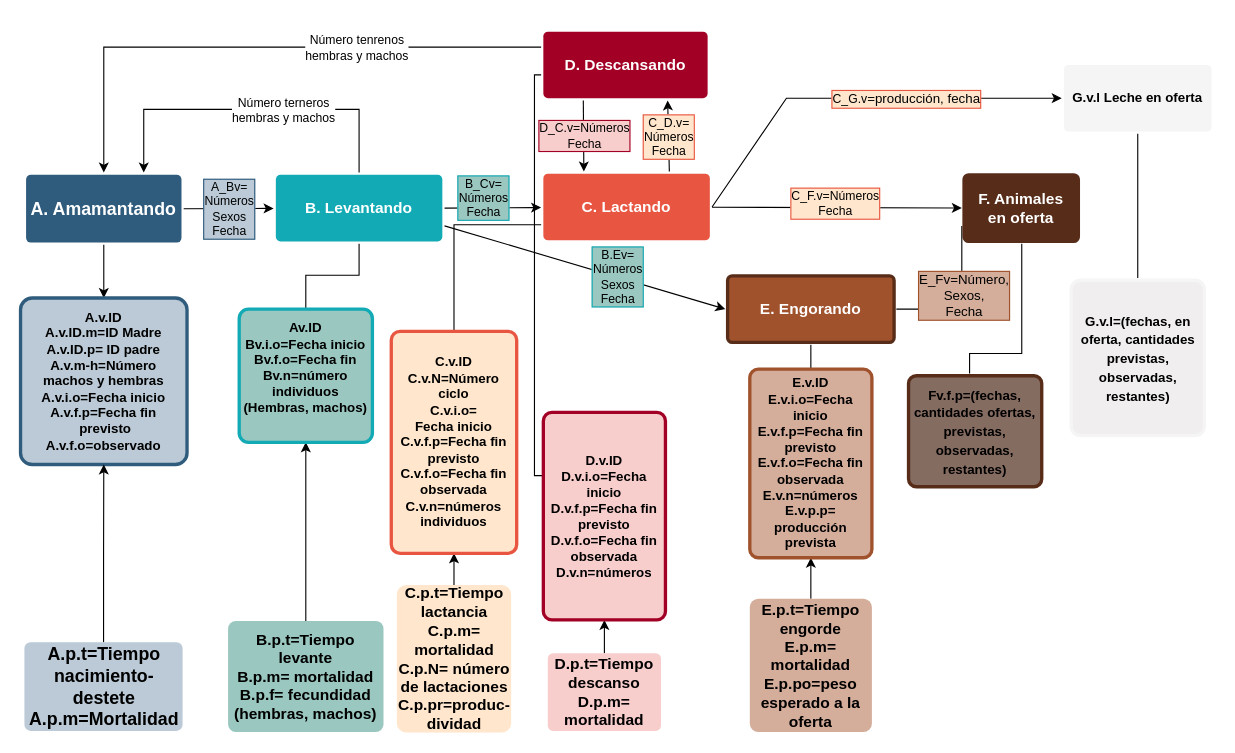
The draw.io diagram CiclosBovinos.drawio in stdupas/app.agromaker, before the edit. Source tidied: cells renumbered, new cells numbered last; positions are measured from the earlier drawing's top-left corner, leaving out a move shared by most shapes. Both pictures are drawn from the tidied source at 111%, with x=0, y=0 at pixel (20, 31).
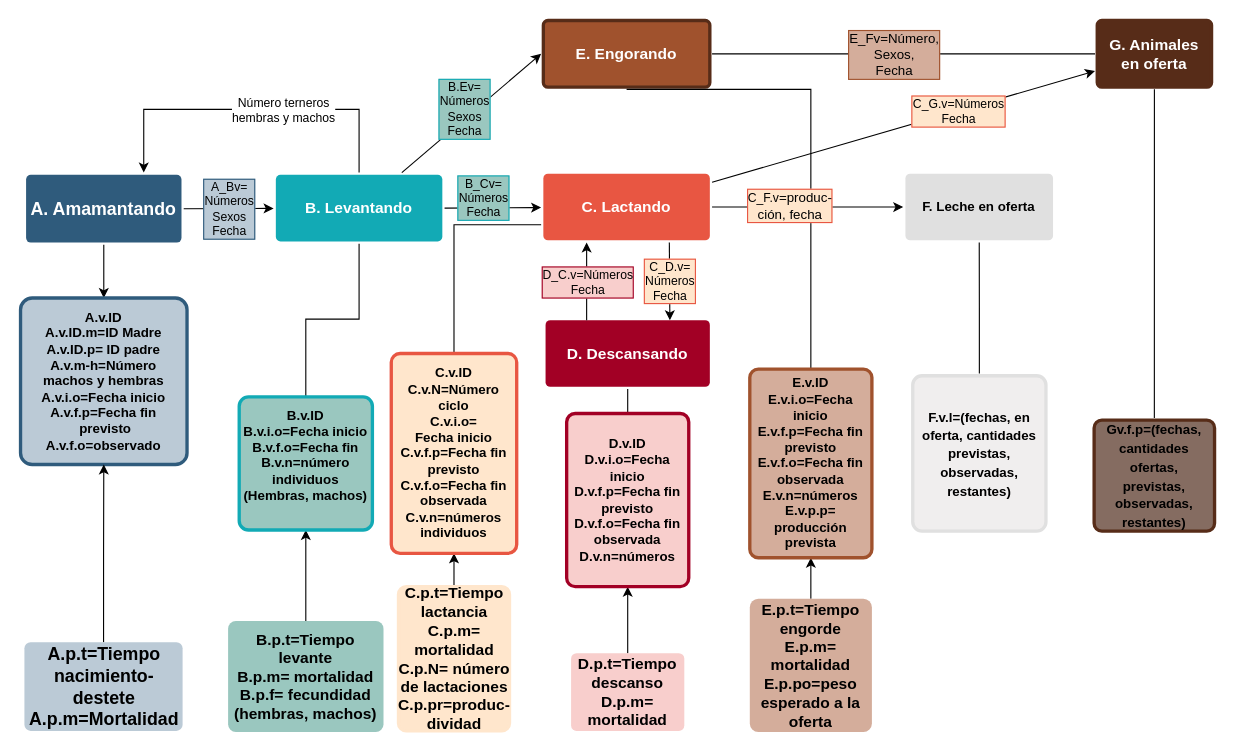
The same page after the edit.

Unchanged cells that the change refers to:
```xml
<mxCell id="3" value="A. Amamantando" style="rounded=1;whiteSpace=wrap;html=1;shadow=0;labelBackgroundColor=none;strokeColor=none;strokeWidth=3;fillColor=#2F5B7C;fontFamily=Helvetica;fontSize=16;fontColor=#FFFFFF;align=center;fontStyle=1;spacing=5;arcSize=7;perimeterSpacing=2;" parent="1" vertex="1">
  <mxGeometry x="5" y="129" width="140" height="61" as="geometry" />
</mxCell>
<mxCell id="4" value="C. Lactando" style="rounded=1;whiteSpace=wrap;html=1;shadow=0;labelBackgroundColor=none;strokeColor=none;strokeWidth=3;fillColor=#e85642;fontFamily=Helvetica;fontSize=14;fontColor=#FFFFFF;align=center;spacing=5;fontStyle=1;arcSize=7;perimeterSpacing=2;" parent="1" vertex="1">
  <mxGeometry x="471" y="128" width="150" height="60" as="geometry" />
</mxCell>
<mxCell id="13" value="B. Levantando" style="rounded=1;whiteSpace=wrap;html=1;shadow=0;labelBackgroundColor=none;strokeColor=none;strokeWidth=3;fillColor=#12aab5;fontFamily=Helvetica;fontSize=14;fontColor=#FFFFFF;align=center;spacing=5;fontStyle=1;arcSize=7;perimeterSpacing=2;" parent="1" vertex="1">
  <mxGeometry x="230" y="129" width="150" height="60" as="geometry" />
</mxCell>
<mxCell id="38" style="endArrow=classic;html=1;rounded=0;" parent="1" edge="1" source="4" target="50">
  <mxGeometry relative="1" as="geometry" />
</mxCell>
```

Diff of the diagram source:
```diff
@@
-    <mxCell id="5" value="&lt;div style=&quot;font-size: 12px;&quot;&gt;&lt;font style=&quot;font-size: 12px;&quot;&gt;&lt;b&gt;&lt;font style=&quot;font-size: 12px;&quot; color=&quot;#000000&quot;&gt;G.v.l Leche en oferta&lt;/font&gt;&lt;/b&gt;&lt;/font&gt;&lt;/div&gt;" style="rounded=1;whiteSpace=wrap;html=1;shadow=0;labelBackgroundColor=none;strokeColor=none;strokeWidth=3;fillColor=#f5f5f5;fontFamily=Helvetica;fontSize=14;align=center;spacing=5;fontStyle=0;arcSize=7;perimeterSpacing=2;fontColor=#333333;" parent="1" vertex="1">
-      <mxGeometry x="940" y="30" width="133" height="60" as="geometry" />
+    <mxCell id="5" value="&lt;div style=&quot;font-size: 12px;&quot;&gt;&lt;font style=&quot;font-size: 12px;&quot;&gt;&lt;b&gt;&lt;font style=&quot;font-size: 12px;&quot; color=&quot;#000000&quot;&gt;F. Leche en oferta&lt;/font&gt;&lt;/b&gt;&lt;/font&gt;&lt;/div&gt;" style="rounded=1;whiteSpace=wrap;html=1;shadow=0;labelBackgroundColor=none;strokeColor=none;strokeWidth=3;fillColor=#E0E0E0;fontFamily=Helvetica;fontSize=14;align=center;spacing=5;fontStyle=0;arcSize=7;perimeterSpacing=2;fontColor=#333333;" parent="1" vertex="1">
+      <mxGeometry x="797.2" y="128" width="133" height="60" as="geometry" />
     </mxCell>
-    <mxCell id="6" style="edgeStyle=orthogonalEdgeStyle;rounded=0;jettySize=auto;html=1;fontSize=12;fontColor=#000000;endArrow=none;endFill=0;entryX=0;entryY=0.75;entryDx=0;entryDy=0;" parent="1" edge="1" source="8" target="50">
+    <mxCell id="6" style="edgeStyle=orthogonalEdgeStyle;rounded=0;jettySize=auto;html=1;fontSize=12;fontColor=#000000;endArrow=none;endFill=0;entryX=0;entryY=0.5;entryDx=0;entryDy=0;" parent="1" edge="1" source="8" target="50">
       <mxGeometry relative="1" as="geometry" />
     </mxCell>
     <mxCell id="7" value="&lt;div&gt;E_Fv=Número, &lt;br&gt;&lt;/div&gt;&lt;div&gt;Sexos, &lt;br&gt;&lt;/div&gt;&lt;div&gt;Fecha&lt;/div&gt;" style="edgeLabel;html=1;align=center;verticalAlign=middle;fontSize=12;fontColor=#000000;labelBackgroundColor=#D4AD9B;labelBorderColor=#A0522D;" parent="6" vertex="1">
       <mxGeometry x="-0.15" relative="1" as="geometry">
-        <mxPoint x="3" y="-13" as="offset" />
+        <mxPoint x="16" as="offset" />
       </mxGeometry>
     </mxCell>
     <mxCell id="8" value="E. Engorando" style="rounded=1;whiteSpace=wrap;html=1;shadow=0;labelBackgroundColor=none;strokeColor=#572C18;strokeWidth=3;fillColor=#A0522D;fontFamily=Helvetica;fontSize=14;fontColor=#FFFFFF;align=center;spacing=5;fontStyle=1;arcSize=7;perimeterSpacing=2;" parent="1" vertex="1">
-      <mxGeometry x="637" y="220" width="150" height="60" as="geometry" />
+      <mxGeometry x="471" y="-10" width="150" height="60" as="geometry" />
     </mxCell>
-    <mxCell id="9" style="edgeStyle=orthogonalEdgeStyle;rounded=0;jettySize=auto;html=1;endArrow=none;endFill=0;" parent="1" edge="1" source="10" target="50">
+    <mxCell id="9" style="edgeStyle=orthogonalEdgeStyle;rounded=0;jettySize=auto;html=1;endArrow=none;endFill=0;entryX=0.5;entryY=1;entryDx=0;entryDy=0;exitX=0.5;exitY=0;exitDx=0;exitDy=0;" parent="1" edge="1" source="10" target="50">
       <mxGeometry relative="1" as="geometry">
         <Array as="points">
-          <mxPoint x="855" y="290" />
-          <mxPoint x="902" y="290" />
+          <mxPoint x="1022" y="62" />
         </Array>
       </mxGeometry>
     </mxCell>
-    <mxCell id="10" value="&lt;font style=&quot;font-size: 12px;&quot;&gt;&lt;b&gt;Fv.f.p=(&lt;/b&gt;&lt;/font&gt;&lt;font style=&quot;font-size: 12px;&quot;&gt;&lt;b&gt;fechas, cantidades ofertas, previstas, observadas, restantes&lt;/b&gt;&lt;/font&gt;&lt;font style=&quot;font-size: 12px;&quot;&gt;&lt;b&gt;)&lt;br&gt;&lt;/b&gt;&lt;/font&gt;" style="rounded=1;whiteSpace=wrap;html=1;shadow=0;labelBackgroundColor=none;strokeColor=#572C18;strokeWidth=3;fillColor=#856C61;fontFamily=Helvetica;fontSize=14;fontColor=#000000;align=center;spacing=5;arcSize=7;perimeterSpacing=2;" parent="1" vertex="1">
-      <mxGeometry x="800" y="310" width="120" height="100" as="geometry" />
+    <mxCell id="10" value="&lt;font style=&quot;font-size: 12px;&quot;&gt;&lt;b&gt;Gv.f.p=(&lt;/b&gt;&lt;/font&gt;&lt;font style=&quot;font-size: 12px;&quot;&gt;&lt;b&gt;fechas, cantidades ofertas, previstas, observadas, restantes&lt;/b&gt;&lt;/font&gt;&lt;font style=&quot;font-size: 12px;&quot;&gt;&lt;b&gt;)&lt;br&gt;&lt;/b&gt;&lt;/font&gt;" style="rounded=1;whiteSpace=wrap;html=1;shadow=0;labelBackgroundColor=none;strokeColor=#572C18;strokeWidth=3;fillColor=#856C61;fontFamily=Helvetica;fontSize=14;fontColor=#000000;align=center;spacing=5;arcSize=7;perimeterSpacing=2;" parent="1" vertex="1">
+      <mxGeometry x="967.2" y="350" width="108.5" height="100" as="geometry" />
     </mxCell>
@@
-    <mxCell id="14" style="edgeStyle=orthogonalEdgeStyle;rounded=0;jettySize=auto;html=1;exitX=0;exitY=0.25;exitDx=0;exitDy=0;endArrow=classic;endFill=1;" parent="1" edge="1" source="16" target="3">
-      <mxGeometry relative="1" as="geometry" />
-    </mxCell>
-    <mxCell id="15" value="&lt;div&gt;Número tenrenos&lt;br&gt;&lt;/div&gt;&lt;div&gt;hembras y machos&lt;br&gt;&lt;/div&gt;" style="edgeLabel;html=1;align=center;verticalAlign=middle;" parent="14" vertex="1">
-      <mxGeometry x="-0.34" relative="1" as="geometry" />
-    </mxCell>
     <mxCell id="16" value="D. Descansando" style="rounded=1;whiteSpace=wrap;html=1;shadow=0;labelBackgroundColor=none;strokeColor=none;strokeWidth=3;fillColor=#a20025;fontFamily=Helvetica;fontSize=14;align=center;spacing=5;fontStyle=1;arcSize=7;perimeterSpacing=2;fontColor=#ffffff;" parent="1" vertex="1">
-      <mxGeometry x="471" width="148" height="60" as="geometry" />
+      <mxGeometry x="473" y="260" width="148" height="60" as="geometry" />
     </mxCell>
@@
     <mxCell id="27" value="D.p.t=Tiempo descanso D.p.m= mortalidad" style="rounded=1;whiteSpace=wrap;html=1;fontSize=14;fillColor=#F8CECC;strokeColor=none;fontColor=#000000;shadow=0;labelBackgroundColor=none;strokeWidth=3;spacing=5;fontStyle=1;arcSize=7;" parent="1" vertex="1">
-      <mxGeometry x="475" y="560" width="102" height="70" as="geometry" />
+      <mxGeometry x="496" y="560" width="102" height="70" as="geometry" />
     </mxCell>
@@
-    <mxCell id="29" value="&lt;div style=&quot;font-size: 12px;&quot;&gt;Av.ID&lt;br style=&quot;font-size: 12px;&quot;&gt;&lt;/div&gt;&lt;div style=&quot;font-size: 12px;&quot;&gt;Bv.i.o=Fecha inicio&lt;/div&gt;&lt;div style=&quot;font-size: 12px;&quot;&gt;Bv.f.o=Fecha fin&lt;/div&gt;&lt;div style=&quot;font-size: 12px;&quot;&gt;Bv.n=número individuos (Hembras, machos)&lt;br style=&quot;font-size: 12px;&quot;&gt;&lt;/div&gt;&lt;div style=&quot;font-size: 12px;&quot;&gt;&lt;br style=&quot;font-size: 12px;&quot;&gt;&lt;/div&gt;" style="rounded=1;whiteSpace=wrap;html=1;fontSize=12;fillColor=#9AC7BF;strokeColor=#12AAB5;fontColor=#000000;shadow=0;labelBackgroundColor=none;strokeWidth=3;fontStyle=1;spacing=5;arcSize=7;" parent="1" vertex="1">
-      <mxGeometry x="197" y="250" width="120" height="120" as="geometry" />
+    <mxCell id="29" value="&lt;div style=&quot;font-size: 12px;&quot;&gt;B.v.ID&lt;br style=&quot;font-size: 12px;&quot;&gt;&lt;/div&gt;&lt;div style=&quot;font-size: 12px;&quot;&gt;B.v.i.o=Fecha inicio&lt;/div&gt;&lt;div style=&quot;font-size: 12px;&quot;&gt;B.v.f.o=Fecha fin&lt;/div&gt;&lt;div style=&quot;font-size: 12px;&quot;&gt;B.v.n=número individuos (Hembras, machos)&lt;br style=&quot;font-size: 12px;&quot;&gt;&lt;/div&gt;&lt;div style=&quot;font-size: 12px;&quot;&gt;&lt;br style=&quot;font-size: 12px;&quot;&gt;&lt;/div&gt;" style="rounded=1;whiteSpace=wrap;html=1;fontSize=12;fillColor=#9AC7BF;strokeColor=#12AAB5;fontColor=#000000;shadow=0;labelBackgroundColor=none;strokeWidth=3;fontStyle=1;spacing=5;arcSize=7;" parent="1" vertex="1">
+      <mxGeometry x="197" y="329" width="120" height="120" as="geometry" />
     </mxCell>
@@
-    <mxCell id="36" style="endArrow=classic;html=1;rounded=0;exitX=1;exitY=0.75;exitDx=0;exitDy=0;entryX=0;entryY=0.5;entryDx=0;entryDy=0;" parent="1" edge="1" source="13" target="8">
+    <mxCell id="36" style="endArrow=classic;html=1;rounded=0;exitX=0.75;exitY=0;exitDx=0;exitDy=0;entryX=0;entryY=0.5;entryDx=0;entryDy=0;" parent="1" edge="1" source="13" target="8">
       <mxGeometry relative="1" as="geometry" />
     </mxCell>
     <mxCell id="37" value="B.Ev=&lt;div&gt;Números&lt;/div&gt;&lt;div&gt;Sexos&lt;br&gt;&lt;/div&gt;&lt;div&gt;Fecha&lt;br&gt;&lt;/div&gt;" style="edgeLabel;html=1;align=center;verticalAlign=middle;labelBackgroundColor=#9AC7BF;labelBorderColor=#12AAB5;" parent="36" vertex="1">
       <mxGeometry relative="1" as="geometry">
-        <mxPoint x="29" y="8" as="offset" />
+        <mxPoint x="-6" y="-4" as="offset" />
       </mxGeometry>
     </mxCell>
@@
-    <mxCell id="39" value="&lt;div&gt;C_F.v=Números&lt;/div&gt;&lt;div&gt;Fecha&lt;br&gt;&lt;/div&gt;" style="edgeLabel;html=1;align=center;verticalAlign=middle;labelBackgroundColor=#FFE6CC;labelBorderColor=#E85642;" parent="38" vertex="1">
+    <mxCell id="39" value="&lt;div&gt;C_G.v=Números&lt;/div&gt;&lt;div&gt;Fecha&lt;br&gt;&lt;/div&gt;" style="edgeLabel;html=1;align=center;verticalAlign=middle;labelBackgroundColor=#FFE6CC;labelBorderColor=#E85642;" parent="38" vertex="1">
       <mxGeometry relative="1" as="geometry">
-        <mxPoint x="-2" y="-4" as="offset" />
+        <mxPoint x="49" y="-14" as="offset" />
       </mxGeometry>
     </mxCell>
-    <mxCell id="40" style="endArrow=classic;html=1;rounded=0;exitX=0.75;exitY=0;exitDx=0;exitDy=0;entryX=0.75;entryY=1;entryDx=0;entryDy=0;" parent="1" edge="1" source="4" target="16">
-      <mxGeometry relative="1" as="geometry" />
+    <mxCell id="40" style="endArrow=classic;html=1;rounded=0;exitX=0.75;exitY=1;exitDx=0;exitDy=0;" parent="1" edge="1" source="4">
+      <mxGeometry relative="1" as="geometry">
+        <mxPoint x="585" y="260" as="targetPoint" />
+      </mxGeometry>
     </mxCell>
@@
-    <mxCell id="42" style="endArrow=classic;html=1;rounded=0;exitX=0.25;exitY=1;exitDx=0;exitDy=0;entryX=0.25;entryY=0;entryDx=0;entryDy=0;" parent="1" edge="1" source="16" target="4">
-      <mxGeometry relative="1" as="geometry" />
+    <mxCell id="42" style="endArrow=classic;html=1;rounded=0;" parent="1" edge="1">
+      <mxGeometry relative="1" as="geometry">
+        <mxPoint x="510" y="260" as="sourcePoint" />
+        <mxPoint x="510" y="190" as="targetPoint" />
+      </mxGeometry>
     </mxCell>
@@
     <mxCell id="45" value="&lt;div style=&quot;font-size: 12px;&quot;&gt;&lt;font style=&quot;font-size: 12px;&quot;&gt;C.v.ID &lt;br style=&quot;font-size: 12px;&quot;&gt;&lt;/font&gt;&lt;/div&gt;&lt;div style=&quot;font-size: 12px;&quot;&gt;&lt;font style=&quot;font-size: 12px;&quot;&gt;C.v.N=Número ciclo&lt;br style=&quot;font-size: 12px;&quot;&gt;&lt;/font&gt;&lt;/div&gt;&lt;div style=&quot;font-size: 12px;&quot;&gt;&lt;font style=&quot;font-size: 12px;&quot;&gt;C.v.i.o=&lt;/font&gt;&lt;/div&gt;&lt;div style=&quot;font-size: 12px;&quot;&gt;&lt;font style=&quot;font-size: 12px;&quot;&gt;Fecha inicio&lt;/font&gt;&lt;/div&gt;&lt;div style=&quot;font-size: 12px;&quot;&gt;&lt;font style=&quot;font-size: 12px;&quot;&gt;C.v.f.p=Fecha fin&lt;/font&gt;&lt;/div&gt;&lt;div style=&quot;font-size: 12px;&quot;&gt;&lt;font style=&quot;font-size: 12px;&quot;&gt;previsto&lt;/font&gt;&lt;/div&gt;&lt;div style=&quot;font-size: 12px;&quot;&gt;&lt;font style=&quot;font-size: 12px;&quot;&gt;C.v.f.o=Fecha fin observada C.v.n=números individuos&lt;/font&gt;&lt;/div&gt;" style="rounded=1;whiteSpace=wrap;html=1;fontSize=12;fillColor=#ffe6cc;strokeColor=#E85642;shadow=0;labelBackgroundColor=none;strokeWidth=3;fontStyle=1;spacing=5;arcSize=7;" parent="1" vertex="1">
-      <mxGeometry x="334" y="270" width="113" height="200" as="geometry" />
+      <mxGeometry x="334" y="290" width="113" height="180" as="geometry" />
     </mxCell>
-    <mxCell id="46" style="edgeStyle=orthogonalEdgeStyle;rounded=0;jettySize=auto;html=1;endArrow=none;endFill=0;" parent="1" edge="1" source="49" target="16">
-      <mxGeometry relative="1" as="geometry">
-        <Array as="points">
-          <mxPoint x="463" y="400" />
-          <mxPoint x="463" y="39" />
-        </Array>
-      </mxGeometry>
-    </mxCell>
     <mxCell id="47" style="endArrow=classic;html=1;rounded=0;entryX=0;entryY=0.5;entryDx=0;entryDy=0;exitX=1;exitY=0.5;exitDx=0;exitDy=0;" parent="1" edge="1" source="4" target="5">
-      <mxGeometry relative="1" as="geometry">
-        <Array as="points">
-          <mxPoint x="690" y="60" />
-        </Array>
-      </mxGeometry>
+      <mxGeometry relative="1" as="geometry" />
     </mxCell>
-    <mxCell id="48" value="&lt;div&gt;C_G.v&lt;font style=&quot;font-size: 12px;&quot;&gt;=producción, fecha&lt;br&gt;&lt;/font&gt;&lt;/div&gt;" style="edgeLabel;html=1;align=center;verticalAlign=middle;fontColor=#000000;labelBackgroundColor=#FFE6CC;labelBorderColor=#E85642;" parent="47" vertex="1">
-      <mxGeometry x="0.23" relative="1" as="geometry" />
+    <mxCell id="48" value="&lt;div&gt;C_F.v&lt;font style=&quot;font-size: 12px;&quot;&gt;=produc-&lt;/font&gt;&lt;/div&gt;&lt;div&gt;&lt;font style=&quot;font-size: 12px;&quot;&gt;ción, fecha&lt;br&gt;&lt;/font&gt;&lt;/div&gt;" style="edgeLabel;html=1;align=center;verticalAlign=middle;fontColor=#000000;labelBackgroundColor=#FFE6CC;labelBorderColor=#E85642;" parent="47" vertex="1">
+      <mxGeometry x="0.23" relative="1" as="geometry">
+        <mxPoint x="-37" y="-2" as="offset" />
+      </mxGeometry>
     </mxCell>
+    <mxCell id="46" style="edgeStyle=orthogonalEdgeStyle;rounded=0;jettySize=auto;html=1;fontColor=#000000;endArrow=none;endFill=0;" parent="1" edge="1" source="49" target="16">
+      <mxGeometry relative="1" as="geometry" />
+    </mxCell>
     <mxCell id="49" value="&lt;div style=&quot;font-size: 12px;&quot;&gt;D.v.ID&lt;br style=&quot;font-size: 12px;&quot;&gt;&lt;/div&gt;&lt;div style=&quot;font-size: 12px;&quot;&gt;D.v.i.o=Fecha inicio&lt;/div&gt;&lt;div style=&quot;font-size: 12px;&quot;&gt;D.v.f.p=Fecha fin&lt;/div&gt;&lt;div style=&quot;font-size: 12px;&quot;&gt;previsto&lt;/div&gt;&lt;div style=&quot;font-size: 12px;&quot;&gt;D.v.f.o=Fecha fin observada D.v.n=números&lt;br style=&quot;font-size: 12px;&quot;&gt;&lt;/div&gt;" style="rounded=1;whiteSpace=wrap;html=1;fontSize=12;fillColor=#f8cecc;strokeColor=#A20025;shadow=0;labelBackgroundColor=none;strokeWidth=3;fontStyle=1;spacing=5;arcSize=7;" parent="1" vertex="1">
-      <mxGeometry x="471" y="343" width="110" height="187" as="geometry" />
+      <mxGeometry x="492" y="344" width="110" height="156" as="geometry" />
     </mxCell>
-    <mxCell id="50" value="F. Animales en oferta" style="rounded=1;whiteSpace=wrap;html=1;shadow=0;labelBackgroundColor=none;strokeColor=#572C18;strokeWidth=3;fillColor=#572C18;fontFamily=Helvetica;fontSize=14;fontColor=#FFFFFF;align=center;spacing=5;fontStyle=1;arcSize=7;perimeterSpacing=2;" parent="1" vertex="1">
-      <mxGeometry x="850" y="129" width="103" height="60" as="geometry" />
+    <mxCell id="50" value="G. Animales en oferta" style="rounded=1;whiteSpace=wrap;html=1;shadow=0;labelBackgroundColor=none;strokeColor=#572C18;strokeWidth=3;fillColor=#572C18;fontFamily=Helvetica;fontSize=14;fontColor=#FFFFFF;align=center;spacing=5;fontStyle=1;arcSize=7;perimeterSpacing=2;" parent="1" vertex="1">
+      <mxGeometry x="970" y="-10" width="103" height="60" as="geometry" />
     </mxCell>
@@
-    <mxCell id="52" value="&lt;div&gt;&lt;font style=&quot;font-size: 12px;&quot;&gt;&lt;b&gt;&lt;font style=&quot;font-size: 12px;&quot; color=&quot;#000000&quot;&gt;G.v.l&lt;/font&gt;&lt;/b&gt;&lt;/font&gt;&lt;font style=&quot;font-size: 12px;&quot; color=&quot;#000000&quot;&gt;&lt;b&gt;=(fechas, en oferta, &lt;/b&gt;&lt;/font&gt;&lt;font style=&quot;font-size: 12px;&quot; color=&quot;#000000&quot;&gt;&lt;b&gt;cantidades &lt;/b&gt;&lt;/font&gt;&lt;font style=&quot;font-size: 12px;&quot; color=&quot;#000000&quot;&gt;&lt;b&gt;previstas, observadas, restantes)&lt;br&gt;&lt;/b&gt;&lt;/font&gt;&lt;/div&gt;" style="rounded=1;whiteSpace=wrap;html=1;shadow=0;labelBackgroundColor=none;strokeColor=#F5F5F5;strokeWidth=3;fillColor=#F0EEEE;fontFamily=Helvetica;fontSize=14;fontColor=#000000;align=center;spacing=5;arcSize=7;perimeterSpacing=2;" parent="1" vertex="1">
-      <mxGeometry x="946.5" y="224" width="120" height="140" as="geometry" />
+    <mxCell id="52" value="&lt;div&gt;&lt;font style=&quot;font-size: 12px;&quot;&gt;&lt;b&gt;&lt;font style=&quot;font-size: 12px;&quot; color=&quot;#000000&quot;&gt;F.v.l&lt;/font&gt;&lt;/b&gt;&lt;/font&gt;&lt;font style=&quot;font-size: 12px;&quot; color=&quot;#000000&quot;&gt;&lt;b&gt;=(fechas, en oferta, &lt;/b&gt;&lt;/font&gt;&lt;font style=&quot;font-size: 12px;&quot; color=&quot;#000000&quot;&gt;&lt;b&gt;cantidades &lt;/b&gt;&lt;/font&gt;&lt;font style=&quot;font-size: 12px;&quot; color=&quot;#000000&quot;&gt;&lt;b&gt;previstas, observadas, restantes)&lt;br&gt;&lt;/b&gt;&lt;/font&gt;&lt;/div&gt;" style="rounded=1;whiteSpace=wrap;html=1;shadow=0;labelBackgroundColor=none;strokeColor=#E0E0E0;strokeWidth=3;fillColor=#F0EEEE;fontFamily=Helvetica;fontSize=14;fontColor=#000000;align=center;spacing=5;arcSize=7;perimeterSpacing=2;" parent="1" vertex="1">
+      <mxGeometry x="803.8" y="310" width="120" height="140" as="geometry" />
     </mxCell>
```
